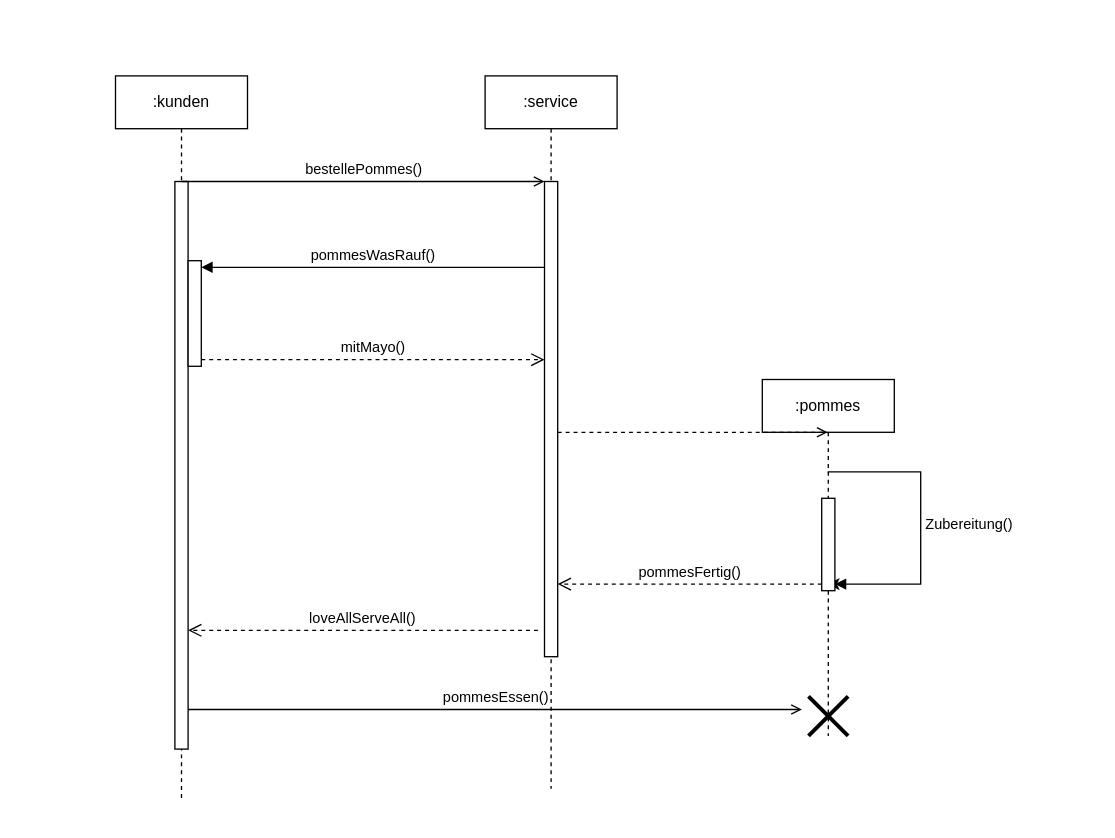
Before: 03_UML_Sequenzdiagramm.drawio in 04-FUEM-I-CC/01_UML_Diagramme, a draw.io diagram. Source tidied: cells renumbered, new cells numbered last; positions are measured from the earlier drawing's top-left corner, leaving out a move shared by most shapes. Both pictures are drawn from the tidied source at 132%, with x=0, y=0 at pixel (115, 75).
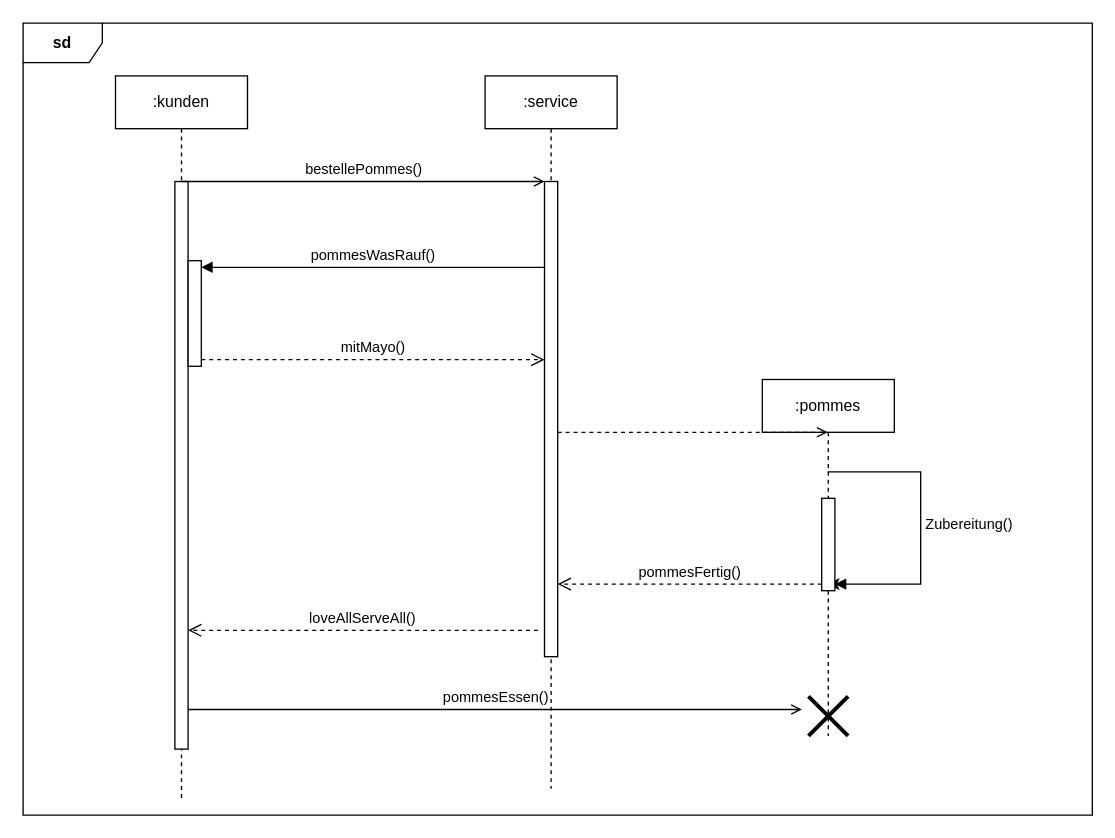
Above is the later version.

Diff of the diagram source:
```diff
@@
+    <mxCell id="19" value="&lt;b&gt;sd&lt;/b&gt;" style="shape=umlFrame;whiteSpace=wrap;html=1;" parent="1" vertex="1">
+      <mxGeometry x="-70" y="-40" width="810" height="600" as="geometry" />
+    </mxCell>
```
